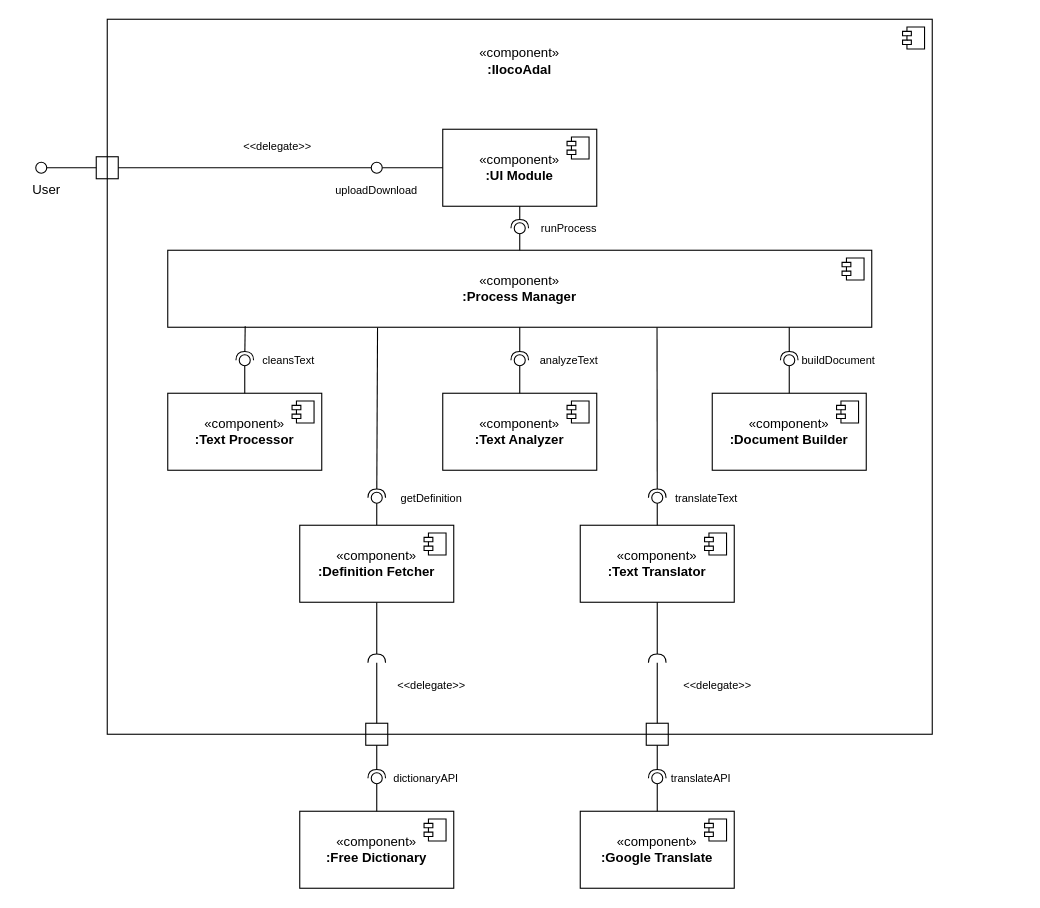
This is Component Diagram/Component Diagram-Pancit.drawio from Rndel01/IlocoAdal, a draw.io file, before an edit. Source tidied: cells renumbered, new cells numbered last; positions are measured from the earlier drawing's top-left corner, leaving out a move shared by most shapes. Both pictures are drawn from the tidied source at 110%, with x=0, y=0 at pixel (19, 19).
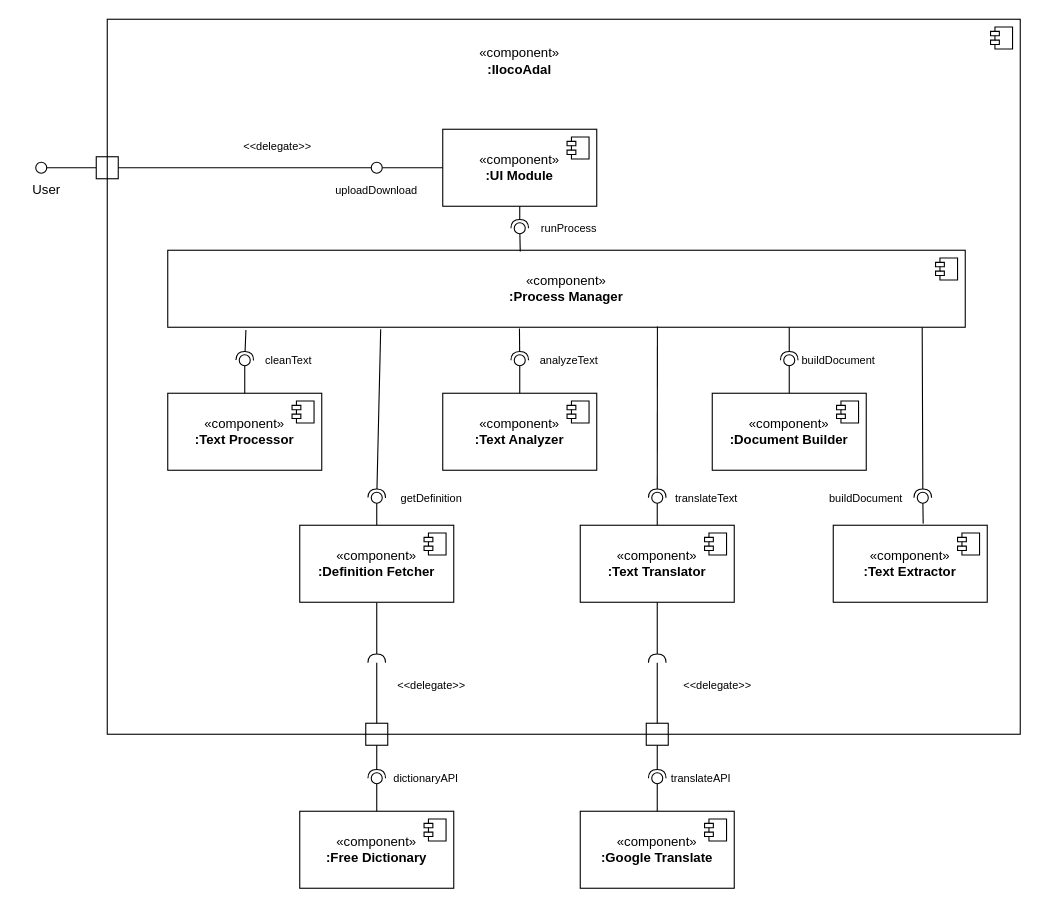
The same diagram, later.

Commit message (it also covers changes not shown here):
Updated Component Diagram

Unchanged cells that the change refers to:
```xml
<mxCell id="27" style="ellipse;whiteSpace=wrap;html=1;align=center;fillColor=none;strokeColor=none;perimeter=centerPerimeter;points=[];outlineConnect=1;" parent="3" vertex="1">
  <mxGeometry x="370" y="185" width="10" height="10" as="geometry" />
</mxCell>
<mxCell id="31" style="ellipse;whiteSpace=wrap;html=1;align=center;fillColor=none;strokeColor=none;perimeter=centerPerimeter;points=[];outlineConnect=1;" parent="3" vertex="1">
  <mxGeometry x="240" y="430" width="10" height="10" as="geometry" />
</mxCell>
<mxCell id="34" style="ellipse;whiteSpace=wrap;html=1;align=center;fillColor=none;strokeColor=none;perimeter=centerPerimeter;points=[];outlineConnect=1;" parent="3" vertex="1">
  <mxGeometry x="370" y="305" width="10" height="10" as="geometry" />
</mxCell>
<mxCell id="40" style="ellipse;whiteSpace=wrap;html=1;align=center;fillColor=none;strokeColor=none;perimeter=centerPerimeter;points=[];outlineConnect=1;" parent="3" vertex="1">
  <mxGeometry x="495" y="430" width="10" height="10" as="geometry" />
</mxCell>
<mxCell id="43" style="ellipse;whiteSpace=wrap;html=1;align=center;fillColor=none;strokeColor=none;perimeter=centerPerimeter;points=[];outlineConnect=1;" parent="3" vertex="1">
  <mxGeometry x="120" y="305" width="10" height="10" as="geometry" />
</mxCell>
```

Diff of the diagram source:
```diff
@@
-    <mxCell id="2" style="group;" parent="1" vertex="1">
-      <mxGeometry width="830" height="790" as="geometry" />
+    <mxCell id="2" value=" " style="group;" parent="1" vertex="1">
+      <mxGeometry width="910" height="790" as="geometry" />
     </mxCell>
     <mxCell id="3" style="group;" parent="2" vertex="1">
-      <mxGeometry x="80" width="750" height="670" as="geometry" />
+      <mxGeometry x="80" width="830" height="670" as="geometry" />
     </mxCell>
-    <mxCell id="4" style="html=1;whiteSpace=wrap;" parent="3" vertex="1">
-      <mxGeometry width="750" height="650" as="geometry" />
+    <mxCell id="4" value="&amp;nbsp; &amp;nbsp; &amp;nbsp; &amp;nbsp; &amp;nbsp; &amp;nbsp; &amp;nbsp; &amp;nbsp; &amp;nbsp; &amp;nbsp; " style="html=1;whiteSpace=wrap;" parent="3" vertex="1">
+      <mxGeometry width="830" height="650" as="geometry" />
     </mxCell>
@@
     <mxCell id="9" value="«component»&lt;br&gt;&lt;b&gt;:Process Manager&lt;/b&gt;" style="html=1;whiteSpace=wrap;" parent="3" vertex="1">
-      <mxGeometry x="55" y="210" width="640" height="70" as="geometry" />
+      <mxGeometry x="55" y="210" width="725" height="70" as="geometry" />
     </mxCell>
@@
-    <mxCell id="26" style="rounded=0;jettySize=auto;html=1;endArrow=oval;endFill=0;sketch=0;sourcePerimeterSpacing=0;targetPerimeterSpacing=0;endSize=10;" parent="3" edge="1" source="9" target="27">
+    <mxCell id="26" value=" " style="rounded=0;jettySize=auto;html=1;endArrow=oval;endFill=0;sketch=0;sourcePerimeterSpacing=0;targetPerimeterSpacing=0;endSize=10;exitX=0.442;exitY=0.016;exitDx=0;exitDy=0;exitPerimeter=0;" parent="3" edge="1" source="9" target="27">
       <mxGeometry relative="1" as="geometry" />
     </mxCell>
@@
-    <mxCell id="29" style="rounded=0;jettySize=auto;html=1;endArrow=halfCircle;endFill=0;endSize=6;strokeWidth=1;sketch=0;exitX=0.298;exitY=1.005;exitDx=0;exitDy=0;exitPerimeter=0;" parent="3" edge="1" source="9" target="31">
+    <mxCell id="29" style="rounded=0;jettySize=auto;html=1;endArrow=halfCircle;endFill=0;endSize=6;strokeWidth=1;sketch=0;exitX=0.267;exitY=1.025;exitDx=0;exitDy=0;exitPerimeter=0;" parent="3" edge="1" source="9" target="31">
       <mxGeometry relative="1" as="geometry" />
     </mxCell>
@@
-    <mxCell id="32" style="rounded=0;jettySize=auto;html=1;endArrow=halfCircle;endFill=0;endSize=6;strokeWidth=1;sketch=0;" parent="3" edge="1" source="9" target="34">
+    <mxCell id="32" style="rounded=0;jettySize=auto;html=1;endArrow=halfCircle;endFill=0;endSize=6;strokeWidth=1;sketch=0;exitX=0.441;exitY=1.016;exitDx=0;exitDy=0;exitPerimeter=0;" parent="3" edge="1" source="9" target="34">
       <mxGeometry relative="1" as="geometry" />
     </mxCell>
@@
-    <mxCell id="38" style="rounded=0;jettySize=auto;html=1;endArrow=halfCircle;endFill=0;endSize=6;strokeWidth=1;sketch=0;exitX=0.695;exitY=1.004;exitDx=0;exitDy=0;exitPerimeter=0;" parent="3" edge="1" source="9" target="40">
+    <mxCell id="38" style="rounded=0;jettySize=auto;html=1;endArrow=halfCircle;endFill=0;endSize=6;strokeWidth=1;sketch=0;exitX=0.614;exitY=0.99;exitDx=0;exitDy=0;exitPerimeter=0;" parent="3" edge="1" source="9" target="40">
       <mxGeometry relative="1" as="geometry" />
     </mxCell>
@@
-    <mxCell id="41" style="rounded=0;jettySize=auto;html=1;endArrow=halfCircle;endFill=0;endSize=6;strokeWidth=1;sketch=0;exitX=0.11;exitY=0.987;exitDx=0;exitDy=0;exitPerimeter=0;" parent="3" edge="1" source="9" target="43">
+    <mxCell id="41" style="rounded=0;jettySize=auto;html=1;endArrow=halfCircle;endFill=0;endSize=6;strokeWidth=1;sketch=0;exitX=0.098;exitY=1.035;exitDx=0;exitDy=0;exitPerimeter=0;" parent="3" edge="1" source="9" target="43">
       <mxGeometry relative="1" as="geometry" />
     </mxCell>
@@
-    <mxCell id="50" value="&lt;font style=&quot;font-size: 10px;&quot;&gt;cleansText&lt;/font&gt;" style="text;html=1;whiteSpace=wrap;strokeColor=none;fillColor=none;align=center;verticalAlign=middle;rounded=0;" parent="3" vertex="1">
+    <mxCell id="50" value="&lt;font style=&quot;font-size: 10px;&quot;&gt;cleanText&lt;/font&gt;" style="text;html=1;whiteSpace=wrap;strokeColor=none;fillColor=none;align=center;verticalAlign=middle;rounded=0;" parent="3" vertex="1">
       <mxGeometry x="135" y="295" width="60" height="30" as="geometry" />
     </mxCell>
@@
+    <mxCell id="77" value="«component»&lt;br&gt;&lt;b&gt;:Text Extractor&lt;/b&gt;" style="html=1;whiteSpace=wrap;" parent="3" vertex="1">
+      <mxGeometry x="660" y="460" width="140" height="70" as="geometry" />
+    </mxCell>
+    <mxCell id="78" style="shape=module;jettyWidth=8;jettyHeight=4;" parent="77" vertex="1">
+      <mxGeometry x="1" width="20" height="20" relative="1" as="geometry">
+        <mxPoint x="-27" y="7" as="offset" />
+      </mxGeometry>
+    </mxCell>
+    <mxCell id="79" value="buildDocument" style="text;html=1;whiteSpace=wrap;strokeColor=none;fillColor=none;align=center;verticalAlign=middle;rounded=0;fontSize=10;" parent="3" vertex="1">
+      <mxGeometry x="650" y="420" width="80" height="30" as="geometry" />
+    </mxCell>
@@
+    <mxCell id="80" style="rounded=0;jettySize=auto;html=1;endArrow=halfCircle;endFill=0;endSize=6;strokeWidth=1;sketch=0;exitX=0.946;exitY=1.004;exitDx=0;exitDy=0;exitPerimeter=0;" parent="2" edge="1" source="9" target="82">
+      <mxGeometry x="0.81" relative="1" as="geometry">
+        <Array as="points">
+          <mxPoint x="821.4" y="415" />
+        </Array>
+      </mxGeometry>
+    </mxCell>
+    <mxCell id="81" style="rounded=0;jettySize=auto;html=1;endArrow=oval;endFill=0;sketch=0;sourcePerimeterSpacing=0;targetPerimeterSpacing=0;endSize=10;exitX=0.584;exitY=-0.021;exitDx=0;exitDy=0;exitPerimeter=0;" parent="2" edge="1" source="77" target="82">
+      <mxGeometry relative="1" as="geometry" />
+    </mxCell>
+    <mxCell id="82" style="ellipse;whiteSpace=wrap;html=1;align=center;fillColor=none;strokeColor=none;perimeter=centerPerimeter;points=[];outlineConnect=1;" parent="2" vertex="1">
+      <mxGeometry x="816.4" y="430" width="10" height="10" as="geometry" />
+    </mxCell>
```
